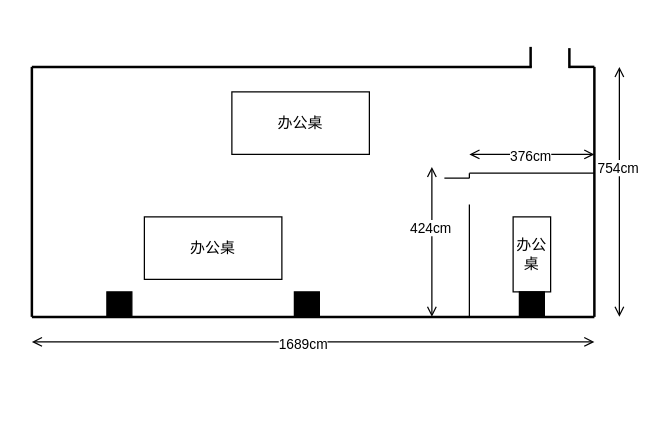
Earlier version of the draw.io diagram nanning office.drawio (leeywin/Yin). Source tidied: cells renumbered, new cells numbered last; positions are measured from the earlier drawing's top-left corner, leaving out a move shared by most shapes. Both pictures are drawn from the tidied source at 125%, with x=0, y=0 at pixel (31, 46).
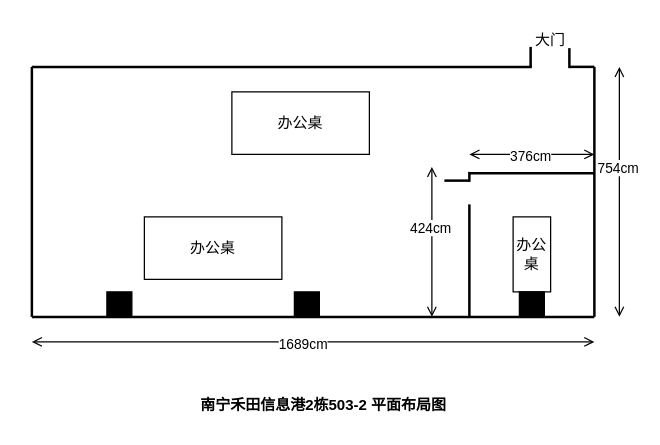
Above is the later version.

The edit, as a diff of the source:
```diff
@@
-    <mxCell id="8" style="endArrow=none;html=1;rounded=0;strokeWidth=1;" parent="1" edge="1">
+    <mxCell id="8" style="endArrow=none;html=1;rounded=0;strokeWidth=2;" parent="1" edge="1">
       <mxGeometry relative="1" as="geometry">
         <mxPoint x="350" y="101" as="sourcePoint" />
         <mxPoint x="450" y="101" as="targetPoint" />
       </mxGeometry>
     </mxCell>
-    <mxCell id="9" style="endArrow=none;html=1;rounded=0;strokeWidth=1;" parent="1" edge="1">
+    <mxCell id="9" style="endArrow=none;html=1;rounded=0;strokeWidth=2;" parent="1" edge="1">
       <mxGeometry relative="1" as="geometry">
         <mxPoint x="350" y="126" as="sourcePoint" />
         <mxPoint x="350" y="216" as="targetPoint" />
       </mxGeometry>
     </mxCell>
-    <mxCell id="10" style="endArrow=none;html=1;rounded=0;strokeWidth=1;" parent="1" edge="1">
+    <mxCell id="10" style="endArrow=none;html=1;rounded=0;strokeWidth=2;startSize=0;targetPerimeterSpacing=0;endSize=7;" parent="1" edge="1">
       <mxGeometry relative="1" as="geometry">
-        <mxPoint x="350" y="101" as="sourcePoint" />
-        <mxPoint x="350" y="105" as="targetPoint" />
+        <mxPoint x="350" y="100" as="sourcePoint" />
+        <mxPoint x="350" y="108" as="targetPoint" />
       </mxGeometry>
     </mxCell>
-    <mxCell id="11" style="endArrow=none;html=1;rounded=0;strokeWidth=1;" parent="1" edge="1">
+    <mxCell id="11" style="endArrow=none;html=1;rounded=0;strokeWidth=2;" parent="1" edge="1">
       <mxGeometry relative="1" as="geometry">
-        <mxPoint x="350" y="105" as="sourcePoint" />
-        <mxPoint x="330" y="105" as="targetPoint" />
+        <mxPoint x="350" y="107" as="sourcePoint" />
+        <mxPoint x="330" y="107" as="targetPoint" />
       </mxGeometry>
     </mxCell>
@@
+    <mxCell id="27" value="大门" style="text;html=1;strokeColor=none;fillColor=none;align=center;verticalAlign=middle;whiteSpace=wrap;rounded=0;" parent="1" vertex="1">
+      <mxGeometry x="385" y="-20" width="60" height="30" as="geometry" />
+    </mxCell>
+    <mxCell id="28" value="南宁禾田信息港2栋503-2 平面布局图&lt;br&gt;" style="text;html=1;strokeColor=none;fillColor=none;align=center;verticalAlign=middle;whiteSpace=wrap;rounded=0;fontStyle=1;" parent="1" vertex="1">
+      <mxGeometry x="123" y="272" width="221" height="30" as="geometry" />
+    </mxCell>
```
